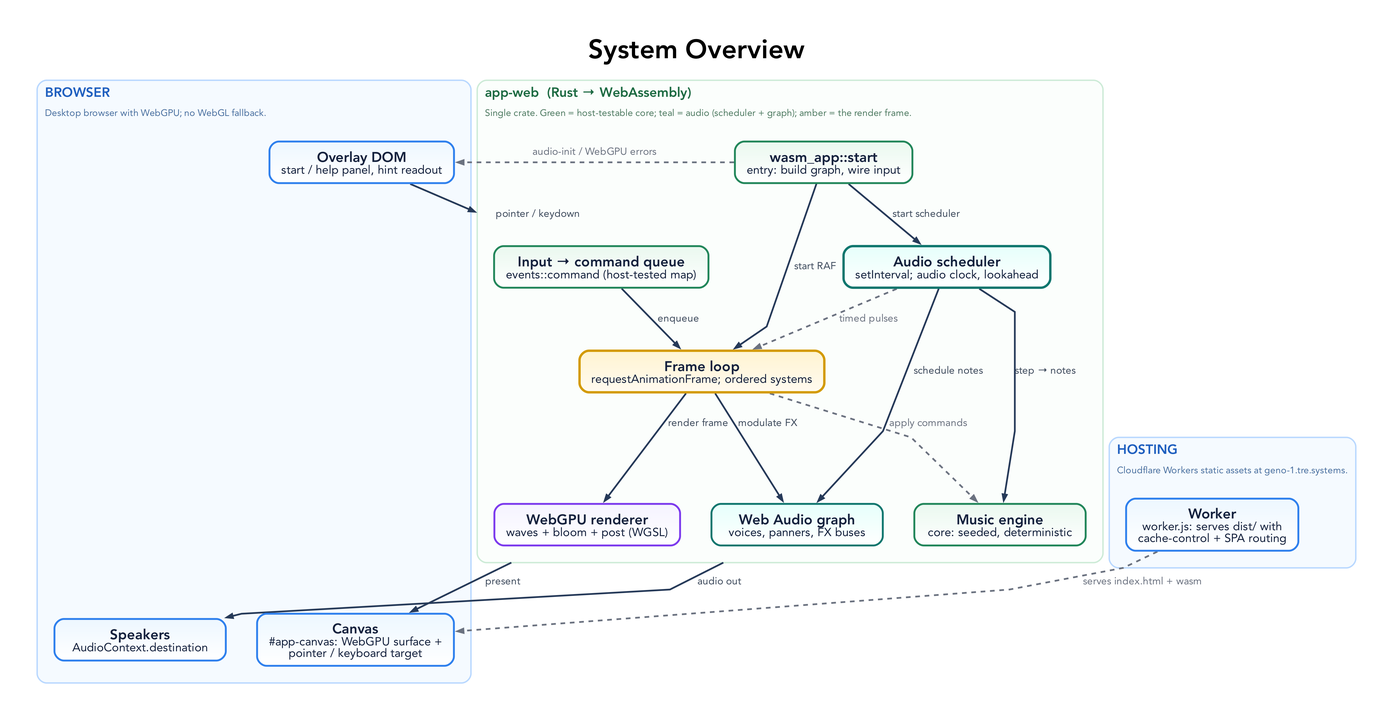
tre-systems/geno-1 keeps this Graphviz diagram as docs/diagrams/system-overview.png. Above is the earlier version. Its source is kept beside it as docs/diagrams/system-overview.dot.
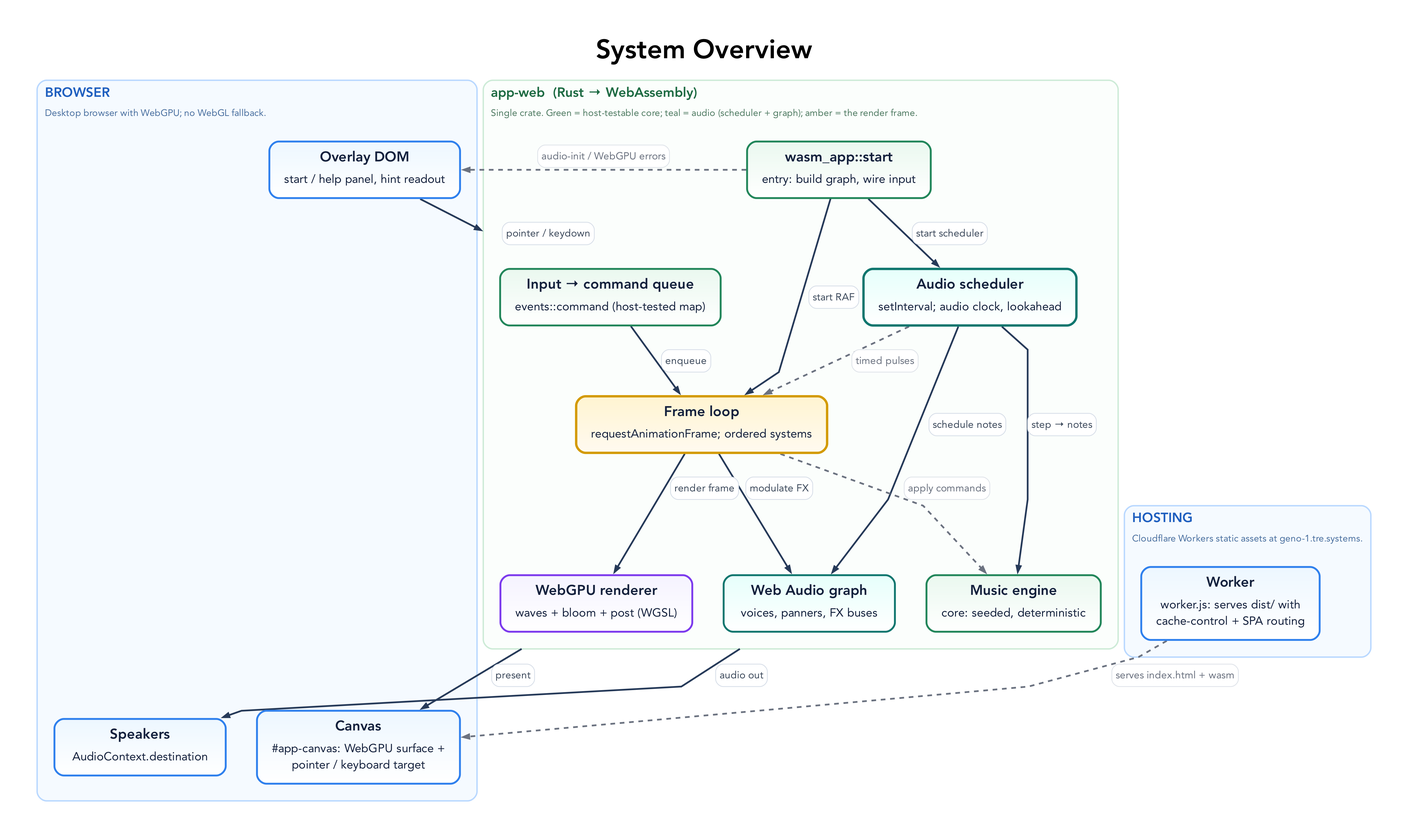
The same diagram one commit later.

Change to the diagram source:
```diff
@@ -57,9 +57,9 @@
       style="rounded,filled", penwidth=1.8, margin=22
     ];
 
-    B1 [label=<<B>Canvas</B><BR/><FONT POINT-SIZE="15">#app-canvas: WebGPU surface +<BR/>pointer / keyboard target</FONT>>, fillcolor="#edf7ff:#ffffff", color="#2f80ed"];
-    B2 [label=<<B>Overlay DOM</B><BR/><FONT POINT-SIZE="15">start / help panel, hint readout</FONT>>, fillcolor="#edf7ff:#ffffff", color="#2f80ed"];
-    B3 [label=<<B>Speakers</B><BR/><FONT POINT-SIZE="15">AudioContext.destination</FONT>>, fillcolor="#edf7ff:#ffffff", color="#2f80ed"];
+    B1 [label=<<TABLE BORDER="0" CELLBORDER="0" CELLSPACING="0" CELLPADDING="0"><TR><TD><B>Canvas</B></TD></TR><TR><TD CELLPADDING="4"><FONT POINT-SIZE="15">#app-canvas: WebGPU surface +<BR/>pointer / keyboard target</FONT></TD></TR></TABLE>>, fillcolor="#edf7ff:#ffffff", color="#2f80ed"];
+    B2 [label=<<TABLE BORDER="0" CELLBORDER="0" CELLSPACING="0" CELLPADDING="0"><TR><TD><B>Overlay DOM</B></TD></TR><TR><TD CELLPADDING="4"><FONT POINT-SIZE="15">start / help panel, hint readout</FONT></TD></TR></TABLE>>, fillcolor="#edf7ff:#ffffff", color="#2f80ed"];
+    B3 [label=<<TABLE BORDER="0" CELLBORDER="0" CELLSPACING="0" CELLPADDING="0"><TR><TD><B>Speakers</B></TD></TR><TR><TD CELLPADDING="4"><FONT POINT-SIZE="15">AudioContext.destination</FONT></TD></TR></TABLE>>, fillcolor="#edf7ff:#ffffff", color="#2f80ed"];
   }
 
   subgraph cluster_app {
@@ -74,23 +74,23 @@
       style="rounded,filled", penwidth=1.8, margin=22
     ];
 
-    A1 [label=<<B>wasm_app::start</B><BR/><FONT POINT-SIZE="15">entry: build graph, wire input</FONT>>, fillcolor="#eaf8ef:#ffffff", color="#22865a"];
-    A2 [label=<<B>Input → command queue</B><BR/><FONT POINT-SIZE="15">events::command (host-tested map)</FONT>>, fillcolor="#eaf8ef:#ffffff", color="#22865a"];
-    A7 [label=<<B>Audio scheduler</B><BR/><FONT POINT-SIZE="15">setInterval; audio clock, lookahead</FONT>>, fillcolor="#e6fffb:#ffffff", color="#0f766e", penwidth=3.0];
-    A3 [label=<<B>Frame loop</B><BR/><FONT POINT-SIZE="15">requestAnimationFrame; ordered systems</FONT>>, fillcolor="#fff4d1:#fffaf0", color="#d39a00", penwidth=3.0];
-    A4 [label=<<B>Music engine</B><BR/><FONT POINT-SIZE="15">core: seeded, deterministic</FONT>>, fillcolor="#eaf8ef:#ffffff", color="#22865a"];
-    A5 [label=<<B>Web Audio graph</B><BR/><FONT POINT-SIZE="15">voices, panners, FX buses</FONT>>, fillcolor="#e6fffb:#ffffff", color="#0f766e"];
-    A6 [label=<<B>WebGPU renderer</B><BR/><FONT POINT-SIZE="15">waves + bloom + post (WGSL)</FONT>>, fillcolor="#f5f3ff:#ffffff", color="#7c3aed"];
+    A1 [label=<<TABLE BORDER="0" CELLBORDER="0" CELLSPACING="0" CELLPADDING="0"><TR><TD><B>wasm_app::start</B></TD></TR><TR><TD CELLPADDING="4"><FONT POINT-SIZE="15">entry: build graph, wire input</FONT></TD></TR></TABLE>>, fillcolor="#eaf8ef:#ffffff", color="#22865a"];
+    A2 [label=<<TABLE BORDER="0" CELLBORDER="0" CELLSPACING="0" CELLPADDING="0"><TR><TD><B>Input → command queue</B></TD></TR><TR><TD CELLPADDING="4"><FONT POINT-SIZE="15">events::command (host-tested map)</FONT></TD></TR></TABLE>>, fillcolor="#eaf8ef:#ffffff", color="#22865a"];
+    A7 [label=<<TABLE BORDER="0" CELLBORDER="0" CELLSPACING="0" CELLPADDING="0"><TR><TD><B>Audio scheduler</B></TD></TR><TR><TD CELLPADDING="4"><FONT POINT-SIZE="15">setInterval; audio clock, lookahead</FONT></TD></TR></TABLE>>, fillcolor="#e6fffb:#ffffff", color="#0f766e", penwidth=3.0];
+    A3 [label=<<TABLE BORDER="0" CELLBORDER="0" CELLSPACING="0" CELLPADDING="0"><TR><TD><B>Frame loop</B></TD></TR><TR><TD CELLPADDING="4"><FONT POINT-SIZE="15">requestAnimationFrame; ordered systems</FONT></TD></TR></TABLE>>, fillcolor="#fff4d1:#fffaf0", color="#d39a00", penwidth=3.0];
+    A4 [label=<<TABLE BORDER="0" CELLBORDER="0" CELLSPACING="0" CELLPADDING="0"><TR><TD><B>Music engine</B></TD></TR><TR><TD CELLPADDING="4"><FONT POINT-SIZE="15">core: seeded, deterministic</FONT></TD></TR></TABLE>>, fillcolor="#eaf8ef:#ffffff", color="#22865a"];
+    A5 [label=<<TABLE BORDER="0" CELLBORDER="0" CELLSPACING="0" CELLPADDING="0"><TR><TD><B>Web Audio graph</B></TD></TR><TR><TD CELLPADDING="4"><FONT POINT-SIZE="15">voices, panners, FX buses</FONT></TD></TR></TABLE>>, fillcolor="#e6fffb:#ffffff", color="#0f766e"];
+    A6 [label=<<TABLE BORDER="0" CELLBORDER="0" CELLSPACING="0" CELLPADDING="0"><TR><TD><B>WebGPU renderer</B></TD></TR><TR><TD CELLPADDING="4"><FONT POINT-SIZE="15">waves + bloom + post (WGSL)</FONT></TD></TR></TABLE>>, fillcolor="#f5f3ff:#ffffff", color="#7c3aed"];
 
-    A1 -> A7 [label="start scheduler"];
-    A1 -> A3 [label="start RAF"];
-    A2 -> A3 [label="enqueue"];
-    A7 -> A4 [label="step → notes"];
-    A7 -> A5 [label="schedule notes"];
-    A7 -> A3 [label="timed pulses", style=dashed, color="#6b7280", fontcolor="#6b7280"];
-    A3 -> A4 [label="apply commands", style=dashed, color="#6b7280", fontcolor="#6b7280"];
-    A3 -> A5 [label="modulate FX"];
-    A3 -> A6 [label="render frame"];
+    A1 -> A7 [label=<<TABLE BORDER="1" CELLBORDER="0" STYLE="ROUNDED" COLOR="#d7dee8" BGCOLOR="#ffffff" CELLSPACING="0" CELLPADDING="4"><TR><TD><FONT POINT-SIZE="13" COLOR="#3d4a5c">start scheduler</FONT></TD></TR></TABLE>>];
+    A1 -> A3 [label=<<TABLE BORDER="1" CELLBORDER="0" STYLE="ROUNDED" COLOR="#d7dee8" BGCOLOR="#ffffff" CELLSPACING="0" CELLPADDING="4"><TR><TD><FONT POINT-SIZE="13" COLOR="#3d4a5c">start RAF</FONT></TD></TR></TABLE>>];
+    A2 -> A3 [label=<<TABLE BORDER="1" CELLBORDER="0" STYLE="ROUNDED" COLOR="#d7dee8" BGCOLOR="#ffffff" CELLSPACING="0" CELLPADDING="4"><TR><TD><FONT POINT-SIZE="13" COLOR="#3d4a5c">enqueue</FONT></TD></TR></TABLE>>];
+    A7 -> A4 [label=<<TABLE BORDER="1" CELLBORDER="0" STYLE="ROUNDED" COLOR="#d7dee8" BGCOLOR="#ffffff" CELLSPACING="0" CELLPADDING="4"><TR><TD><FONT POINT-SIZE="13" COLOR="#3d4a5c">step → notes</FONT></TD></TR></TABLE>>];
+    A7 -> A5 [label=<<TABLE BORDER="1" CELLBORDER="0" STYLE="ROUNDED" COLOR="#d7dee8" BGCOLOR="#ffffff" CELLSPACING="0" CELLPADDING="4"><TR><TD><FONT POINT-SIZE="13" COLOR="#3d4a5c">schedule notes</FONT></TD></TR></TABLE>>];
+    A7 -> A3 [label=<<TABLE BORDER="1" CELLBORDER="0" STYLE="ROUNDED" COLOR="#dfe3e9" BGCOLOR="#ffffff" CELLSPACING="0" CELLPADDING="4"><TR><TD><FONT POINT-SIZE="13" COLOR="#6b7280">timed pulses</FONT></TD></TR></TABLE>>, style=dashed, color="#6b7280", fontcolor="#6b7280"];
+    A3 -> A4 [label=<<TABLE BORDER="1" CELLBORDER="0" STYLE="ROUNDED" COLOR="#dfe3e9" BGCOLOR="#ffffff" CELLSPACING="0" CELLPADDING="4"><TR><TD><FONT POINT-SIZE="13" COLOR="#6b7280">apply commands</FONT></TD></TR></TABLE>>, style=dashed, color="#6b7280", fontcolor="#6b7280"];
+    A3 -> A5 [label=<<TABLE BORDER="1" CELLBORDER="0" STYLE="ROUNDED" COLOR="#d7dee8" BGCOLOR="#ffffff" CELLSPACING="0" CELLPADDING="4"><TR><TD><FONT POINT-SIZE="13" COLOR="#3d4a5c">modulate FX</FONT></TD></TR></TABLE>>];
+    A3 -> A6 [label=<<TABLE BORDER="1" CELLBORDER="0" STYLE="ROUNDED" COLOR="#d7dee8" BGCOLOR="#ffffff" CELLSPACING="0" CELLPADDING="4"><TR><TD><FONT POINT-SIZE="13" COLOR="#3d4a5c">render frame</FONT></TD></TR></TABLE>>];
   }
 
   subgraph cluster_host {
@@ -105,12 +105,12 @@
       style="rounded,filled", penwidth=1.8, margin=22
     ];
 
-    H1 [label=<<B>Worker</B><BR/><FONT POINT-SIZE="15">worker.js: serves dist/ with<BR/>cache-control + SPA routing</FONT>>, fillcolor="#edf7ff:#ffffff", color="#2f80ed"];
+    H1 [label=<<TABLE BORDER="0" CELLBORDER="0" CELLSPACING="0" CELLPADDING="0"><TR><TD><B>Worker</B></TD></TR><TR><TD CELLPADDING="4"><FONT POINT-SIZE="15">worker.js: serves dist/ with<BR/>cache-control + SPA routing</FONT></TD></TR></TABLE>>, fillcolor="#edf7ff:#ffffff", color="#2f80ed"];
   }
 
-  H1 -> B1 [label="serves index.html + wasm", style=dashed, color="#6b7280", fontcolor="#6b7280"];
-  B2 -> A2 [label="pointer / keydown", lhead=cluster_app];
-  A6 -> B1 [label="present", ltail=cluster_app];
-  A5 -> B3 [label="audio out", ltail=cluster_app];
-  A1 -> B2 [label="audio-init / WebGPU errors", style=dashed, color="#6b7280", fontcolor="#6b7280", constraint=false];
+  H1 -> B1 [label=<<TABLE BORDER="1" CELLBORDER="0" STYLE="ROUNDED" COLOR="#dfe3e9" BGCOLOR="#ffffff" CELLSPACING="0" CELLPADDING="4"><TR><TD><FONT POINT-SIZE="13" COLOR="#6b7280">serves index.html + wasm</FONT></TD></TR></TABLE>>, style=dashed, color="#6b7280", fontcolor="#6b7280"];
+  B2 -> A2 [label=<<TABLE BORDER="1" CELLBORDER="0" STYLE="ROUNDED" COLOR="#d7dee8" BGCOLOR="#ffffff" CELLSPACING="0" CELLPADDING="4"><TR><TD><FONT POINT-SIZE="13" COLOR="#3d4a5c">pointer / keydown</FONT></TD></TR></TABLE>>, lhead=cluster_app];
+  A6 -> B1 [label=<<TABLE BORDER="1" CELLBORDER="0" STYLE="ROUNDED" COLOR="#d7dee8" BGCOLOR="#ffffff" CELLSPACING="0" CELLPADDING="4"><TR><TD><FONT POINT-SIZE="13" COLOR="#3d4a5c">present</FONT></TD></TR></TABLE>>, ltail=cluster_app];
+  A5 -> B3 [label=<<TABLE BORDER="1" CELLBORDER="0" STYLE="ROUNDED" COLOR="#d7dee8" BGCOLOR="#ffffff" CELLSPACING="0" CELLPADDING="4"><TR><TD><FONT POINT-SIZE="13" COLOR="#3d4a5c">audio out</FONT></TD></TR></TABLE>>, ltail=cluster_app];
+  A1 -> B2 [label=<<TABLE BORDER="1" CELLBORDER="0" STYLE="ROUNDED" COLOR="#dfe3e9" BGCOLOR="#ffffff" CELLSPACING="0" CELLPADDING="4"><TR><TD><FONT POINT-SIZE="13" COLOR="#6b7280">audio-init / WebGPU errors</FONT></TD></TR></TABLE>>, style=dashed, color="#6b7280", fontcolor="#6b7280", constraint=false];
 }
```
